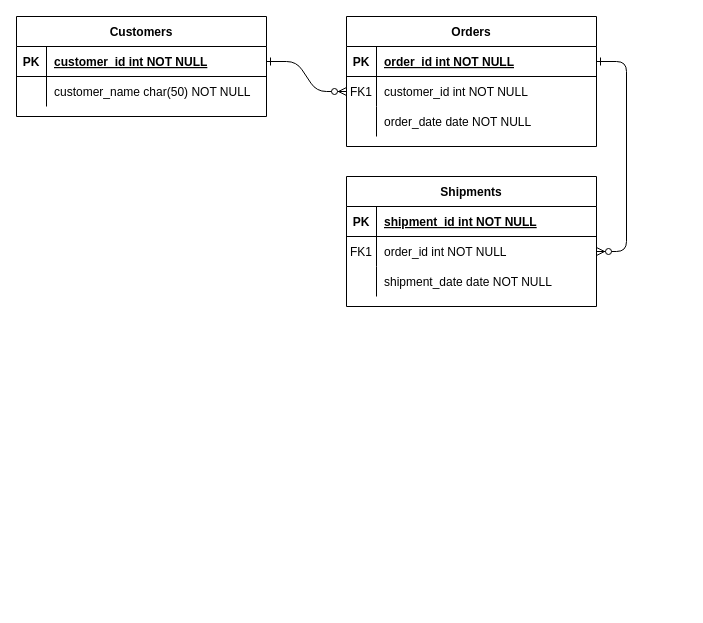
Earlier version of the draw.io diagram Untitled Diagram.drawio (ChristopherJPan/food-journey-1). Source tidied: cells renumbered, new cells numbered last; positions are measured from the earlier drawing's top-left corner, leaving out a move shared by most shapes. Both pictures are drawn from the tidied source at 100%, with x=0, y=0 at pixel (16, 16).
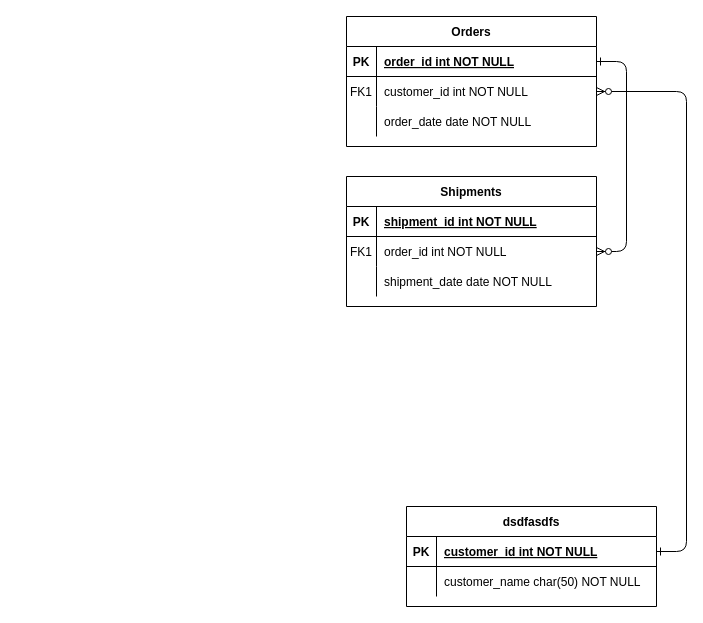
The same page after the edit.

Diff of the diagram source:
```diff
@@
-    <mxCell id="24" value="Customers" style="shape=table;startSize=30;childLayout=tableLayout;rowLines=0;fontStyle=1;align=center;" parent="1" vertex="1">
-      <mxGeometry width="250" height="100" as="geometry" />
+    <mxCell id="24" value="dsdfasdfs" style="shape=table;startSize=30;childLayout=tableLayout;rowLines=0;fontStyle=1;align=center;" parent="1" vertex="1">
+      <mxGeometry x="390" y="490" width="250" height="100" as="geometry" />
     </mxCell>
```
